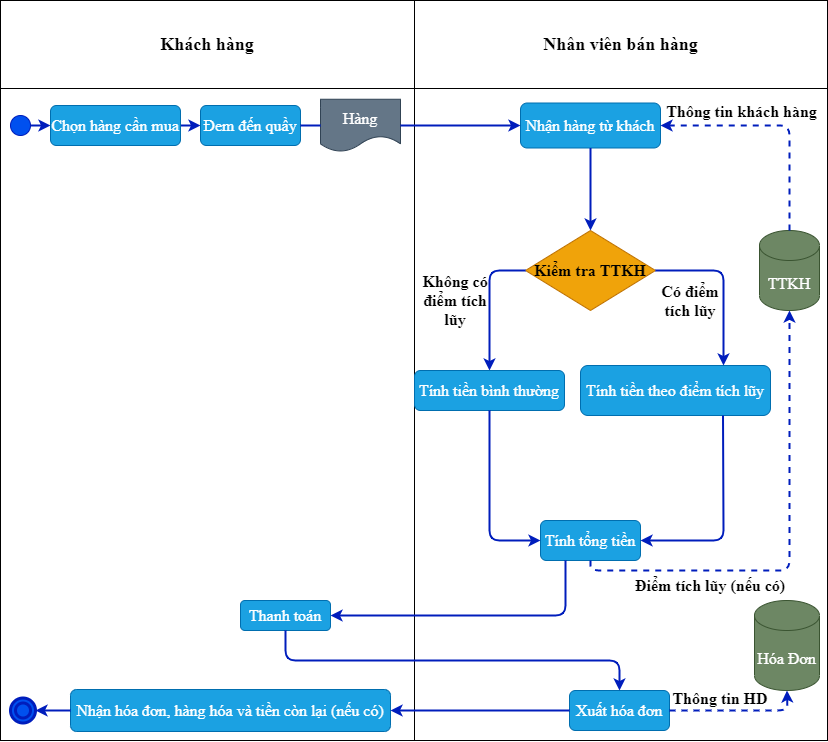
This is banHang.drawio.png from sunny-THS/QlyBanDT, a draw.io export, as it was before one commit. Source tidied: cells renumbered, new cells last; positions are measured from the earlier drawing's top-left corner, leaving out a move shared by most shapes.
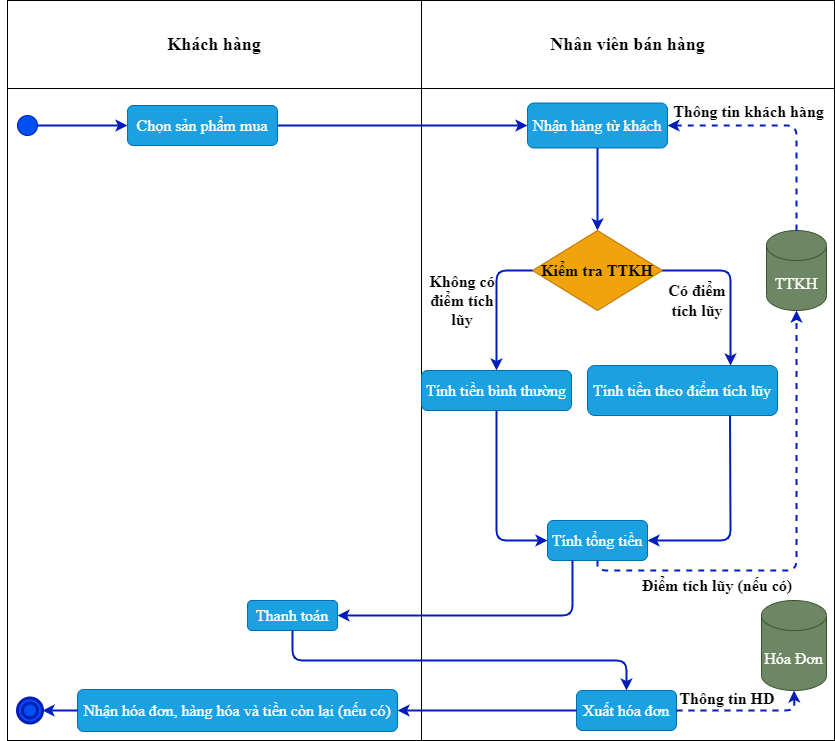
After the commit.

What changed in the source:
```diff
@@ -2,56 +2,71 @@
   <root>
     <mxCell id="0" />
     <mxCell id="1" parent="0" />
-    <mxCell id="2" style="shape=table;startSize=0;" parent="1" vertex="1">
-      <mxGeometry width="827" height="740" as="geometry" />
-    </mxCell>
-    <mxCell id="3" style="shape=partialRectangle;fillColor=none;top=0;left=0;bottom=0;right=0;" parent="2" vertex="1">
-      <mxGeometry width="827" height="88" as="geometry" />
-    </mxCell>
+    <mxCell id="45" style="shape=table;startSize=0;" parent="1" vertex="1">
+      <mxGeometry width="827" height="740" as="geometry" />
+    </mxCell>
+    <mxCell id="46" style="shape=partialRectangle;fillColor=none;top=0;left=0;bottom=0;right=0;" parent="45" vertex="1">
+      <mxGeometry width="827" height="88" as="geometry" />
+    </mxCell>
+    <mxCell id="47" value="Nhân viên&amp;nbsp;" style="shape=partialRectangle;html=1;whiteSpace=wrap;overflow=hidden;fillColor=none;top=0;left=0;bottom=0;right=0;fontStyle=1;fontFamily=Times New Roman;fontSize=18;" parent="46" vertex="1">
+      <mxGeometry width="414" height="88" as="geometry" />
+    </mxCell>
+    <mxCell id="48" value="Khách hàng" style="shape=partialRectangle;html=1;whiteSpace=wrap;overflow=hidden;fillColor=none;top=0;left=0;bottom=0;right=0;fontStyle=1;fontFamily=Times New Roman;fontSize=18;" parent="46" vertex="1">
+      <mxGeometry x="414" width="413" height="88" as="geometry" />
+    </mxCell>
+    <mxCell id="49" style="shape=partialRectangle;fillColor=none;top=0;left=0;bottom=0;right=0;points=[[0,0.5],[1,0.5]];portConstraint=eastwest;" parent="45" vertex="1">
+      <mxGeometry y="88" width="827" height="652" as="geometry" />
+    </mxCell>
+    <mxCell id="50" style="shape=partialRectangle;html=1;whiteSpace=wrap;overflow=hidden;fillColor=none;top=0;left=0;bottom=0;right=0;" parent="49" vertex="1">
+      <mxGeometry width="414" height="652" as="geometry" />
+    </mxCell>
+    <mxCell id="51" style="shape=partialRectangle;html=1;whiteSpace=wrap;overflow=hidden;fillColor=none;top=0;left=0;bottom=0;right=0;" parent="49" vertex="1">
+      <mxGeometry x="414" width="413" height="652" as="geometry" />
+    </mxCell>
+    <mxCell id="52" style="ellipse;whiteSpace=wrap;html=1;fontFamily=Times New Roman;fontSize=18;fillColor=#0050ef;strokeColor=#001DBC;fontColor=#ffffff;" parent="1" vertex="1">
+      <mxGeometry x="10" y="115" width="20" height="20" as="geometry" />
+    </mxCell>
+    <mxCell id="53" style="endArrow=classic;html=1;" parent="1" edge="1" target="49">
+      <mxGeometry relative="1" as="geometry">
+        <mxPoint x="30" y="120" as="sourcePoint" />
+      </mxGeometry>
+    </mxCell>
+    <mxCell id="54" style="shape=table;startSize=0;" parent="1" vertex="1">
+      <mxGeometry width="827" height="740" as="geometry" />
+    </mxCell>
+    <mxCell id="55" style="shape=partialRectangle;fillColor=none;top=0;left=0;bottom=0;right=0;" parent="54" vertex="1">
+      <mxGeometry width="827" height="88" as="geometry" />
+    </mxCell>
-    <mxCell id="4" value="Khách hàng" style="shape=partialRectangle;html=1;whiteSpace=wrap;overflow=hidden;fillColor=none;top=0;left=0;bottom=0;right=0;fontStyle=1;fontFamily=Times New Roman;fontSize=18;" parent="3" vertex="1">
+    <mxCell id="4" value="Khách hàng" style="shape=partialRectangle;html=1;whiteSpace=wrap;overflow=hidden;fillColor=none;top=0;left=0;bottom=0;right=0;fontStyle=1;fontFamily=Times New Roman;fontSize=18;" parent="55" vertex="1">
       <mxGeometry width="414" height="88" as="geometry" />
     </mxCell>
-    <mxCell id="5" value="Nhân viên bán hàng" style="shape=partialRectangle;html=1;whiteSpace=wrap;overflow=hidden;fillColor=none;top=0;left=0;bottom=0;right=0;fontStyle=1;fontFamily=Times New Roman;fontSize=18;" parent="3" vertex="1">
+    <mxCell id="5" value="Nhân viên bán hàng" style="shape=partialRectangle;html=1;whiteSpace=wrap;overflow=hidden;fillColor=none;top=0;left=0;bottom=0;right=0;fontStyle=1;fontFamily=Times New Roman;fontSize=18;" parent="55" vertex="1">
       <mxGeometry x="414" width="413" height="88" as="geometry" />
     </mxCell>
-    <mxCell id="6" style="shape=partialRectangle;fillColor=none;top=0;left=0;bottom=0;right=0;" parent="2" vertex="1">
-      <mxGeometry y="88" width="827" height="652" as="geometry" />
-    </mxCell>
-    <mxCell id="7" style="shape=partialRectangle;html=1;whiteSpace=wrap;overflow=hidden;fillColor=none;top=0;left=0;bottom=0;right=0;" parent="6" vertex="1">
-      <mxGeometry width="414" height="652" as="geometry" />
-    </mxCell>
-    <mxCell id="8" style="shape=partialRectangle;html=1;whiteSpace=wrap;overflow=hidden;fillColor=none;top=0;left=0;bottom=0;right=0;" parent="6" vertex="1">
-      <mxGeometry x="414" width="413" height="652" as="geometry" />
-    </mxCell>
-    <mxCell id="9" style="ellipse;whiteSpace=wrap;html=1;fontFamily=Times New Roman;fontSize=18;fillColor=#0050ef;strokeColor=#001DBC;fontColor=#ffffff;" parent="1" vertex="1">
-      <mxGeometry x="10" y="115" width="20" height="20" as="geometry" />
-    </mxCell>
-    <mxCell id="10" style="endArrow=classic;html=1;fontFamily=Times New Roman;fontSize=18;exitX=1;exitY=0.5;exitDx=0;exitDy=0;fillColor=#0050ef;strokeColor=#001DBC;entryX=0;entryY=0.5;entryDx=0;entryDy=0;strokeWidth=2;" parent="1" edge="1" source="9" target="13">
-      <mxGeometry relative="1" as="geometry" />
-    </mxCell>
-    <mxCell id="11" style="endArrow=classic;html=1;fontFamily=Times New Roman;fontSize=16;exitX=1;exitY=0.5;exitDx=0;exitDy=0;fillColor=#0050ef;strokeColor=#001DBC;entryX=0;entryY=0.5;entryDx=0;entryDy=0;strokeWidth=2;" parent="1" edge="1" target="14">
-      <mxGeometry relative="1" as="geometry">
-        <mxPoint x="180" y="125" as="sourcePoint" />
-      </mxGeometry>
-    </mxCell>
-    <mxCell id="12" value="Hàng" style="shape=document;whiteSpace=wrap;html=1;boundedLbl=1;fontFamily=Times New Roman;fontSize=16;fillColor=#647687;strokeColor=#314354;fontColor=#ffffff;" parent="1" vertex="1">
-      <mxGeometry x="320" y="98.8" width="80" height="52.5" as="geometry" />
-    </mxCell>
-    <mxCell id="13" value="Chọn hàng cần mua" style="rounded=1;whiteSpace=wrap;html=1;fontFamily=Times New Roman;fontSize=16;fillColor=#1ba1e2;strokeColor=#006EAF;fontColor=#ffffff;" parent="1" vertex="1">
-      <mxGeometry x="50" y="105" width="130" height="40" as="geometry" />
-    </mxCell>
-    <mxCell id="14" value="Đem đến quầy" style="rounded=1;whiteSpace=wrap;html=1;fontFamily=Times New Roman;fontSize=16;fillColor=#1ba1e2;strokeColor=#006EAF;fontColor=#ffffff;" parent="1" vertex="1">
-      <mxGeometry x="200" y="105" width="100" height="40" as="geometry" />
-    </mxCell>
-    <mxCell id="15" style="endArrow=none;html=1;fontFamily=Times New Roman;fontSize=16;entryX=1;entryY=0.5;entryDx=0;entryDy=0;exitX=0;exitY=0.5;exitDx=0;exitDy=0;fillColor=#0050ef;strokeColor=#001DBC;strokeWidth=2;" parent="1" edge="1" source="12" target="14">
-      <mxGeometry relative="1" as="geometry" />
-    </mxCell>
+    <mxCell id="56" style="shape=partialRectangle;fillColor=none;top=0;left=0;bottom=0;right=0;" parent="54" vertex="1">
+      <mxGeometry y="88" width="827" height="652" as="geometry" />
+    </mxCell>
+    <mxCell id="57" style="shape=partialRectangle;html=1;whiteSpace=wrap;overflow=hidden;fillColor=none;top=0;left=0;bottom=0;right=0;" parent="56" vertex="1">
+      <mxGeometry width="414" height="652" as="geometry" />
+    </mxCell>
+    <mxCell id="58" style="shape=partialRectangle;html=1;whiteSpace=wrap;overflow=hidden;fillColor=none;top=0;left=0;bottom=0;right=0;" parent="56" vertex="1">
+      <mxGeometry x="414" width="413" height="652" as="geometry" />
+    </mxCell>
+    <mxCell id="59" style="ellipse;whiteSpace=wrap;html=1;fontFamily=Times New Roman;fontSize=18;fillColor=#0050ef;strokeColor=#001DBC;fontColor=#ffffff;" parent="1" vertex="1">
+      <mxGeometry x="10" y="115" width="20" height="20" as="geometry" />
+    </mxCell>
+    <mxCell id="60" style="endArrow=classic;html=1;fontFamily=Times New Roman;fontSize=18;exitX=1;exitY=0.5;exitDx=0;exitDy=0;fillColor=#0050ef;strokeColor=#001DBC;entryX=0;entryY=0.5;entryDx=0;entryDy=0;strokeWidth=2;" parent="1" edge="1" source="59" target="61">
+      <mxGeometry relative="1" as="geometry" />
+    </mxCell>
+    <mxCell id="61" value="Chọn sản phẩm mua" style="rounded=1;whiteSpace=wrap;html=1;fontFamily=Times New Roman;fontSize=16;fillColor=#1ba1e2;strokeColor=#006EAF;fontColor=#ffffff;" parent="1" vertex="1">
+      <mxGeometry x="120" y="105" width="150" height="40" as="geometry" />
+    </mxCell>
     <mxCell id="16" value="Nhận hàng từ khách" style="rounded=1;whiteSpace=wrap;html=1;fontFamily=Times New Roman;fontSize=16;fillColor=#1ba1e2;strokeColor=#006EAF;fontColor=#ffffff;" parent="1" vertex="1">
       <mxGeometry x="520" y="102.5" width="140" height="45" as="geometry" />
     </mxCell>
-    <mxCell id="17" style="endArrow=classic;html=1;fontFamily=Times New Roman;fontSize=16;fillColor=#0050ef;strokeColor=#001DBC;exitX=1;exitY=0.5;exitDx=0;exitDy=0;entryX=0;entryY=0.5;entryDx=0;entryDy=0;strokeWidth=2;" parent="1" edge="1" source="12" target="16">
-      <mxGeometry relative="1" as="geometry" />
-    </mxCell>
+    <mxCell id="62" style="endArrow=classic;html=1;fontFamily=Times New Roman;fontSize=16;fillColor=#0050ef;strokeColor=#001DBC;exitX=1;exitY=0.5;exitDx=0;exitDy=0;entryX=0;entryY=0.5;entryDx=0;entryDy=0;strokeWidth=2;" parent="1" edge="1" source="61" target="16">
+      <mxGeometry relative="1" as="geometry" />
+    </mxCell>
     <mxCell id="18" value="TTKH" style="shape=cylinder3;whiteSpace=wrap;html=1;boundedLbl=1;backgroundOutline=1;size=15;fontFamily=Times New Roman;fontSize=16;fillColor=#6d8764;strokeColor=#3A5431;fontColor=#ffffff;" parent="1" vertex="1">
       <mxGeometry x="759" y="230" width="60" height="80" as="geometry" />
     </mxCell>
@@ -87,14 +102,14 @@
     <mxCell id="26" value="Tính tiền theo điểm tích lũy" style="rounded=1;whiteSpace=wrap;html=1;fontFamily=Times New Roman;fontSize=16;fillColor=#1ba1e2;strokeColor=#006EAF;fontColor=#ffffff;" parent="1" vertex="1">
       <mxGeometry x="580" y="365" width="190" height="50" as="geometry" />
     </mxCell>
-    <mxCell id="27" style="endArrow=classic;html=1;fontFamily=Times New Roman;fontSize=16;strokeWidth=2;fillColor=#0050ef;strokeColor=#001DBC;exitX=1;exitY=0.5;exitDx=0;exitDy=0;" parent="1" edge="1" source="21">
-      <mxGeometry relative="1" as="geometry">
-        <mxPoint x="723" y="365" as="targetPoint" />
-        <Array as="points">
-          <mxPoint x="723" y="270" />
-        </Array>
-      </mxGeometry>
-    </mxCell>
+    <mxCell id="63" style="endArrow=classic;html=1;fontFamily=Times New Roman;fontSize=16;strokeWidth=2;fillColor=#0050ef;strokeColor=#001DBC;exitX=1;exitY=0.5;exitDx=0;exitDy=0;" parent="1" edge="1" source="21">
+      <mxGeometry relative="1" as="geometry">
+        <mxPoint x="723" y="365" as="targetPoint" />
+        <Array as="points">
+          <mxPoint x="723" y="270" />
+        </Array>
+      </mxGeometry>
+    </mxCell>
     <mxCell id="28" value="Có điểm tích lũy" style="text;html=1;strokeColor=none;fillColor=none;align=center;verticalAlign=middle;whiteSpace=wrap;rounded=0;fontFamily=Times New Roman;fontSize=16;fontStyle=1;" parent="1" vertex="1">
       <mxGeometry x="655" y="270" width="70" height="60" as="geometry" />
     </mxCell>
@@ -152,23 +167,23 @@
     <mxCell id="39" value="Thông tin HD" style="text;html=1;strokeColor=none;fillColor=none;align=center;verticalAlign=middle;whiteSpace=wrap;rounded=0;fontFamily=Times New Roman;fontSize=16;fontStyle=1;" parent="1" vertex="1">
       <mxGeometry x="670" y="683" width="100" height="30" as="geometry" />
     </mxCell>
-    <mxCell id="40" style="endArrow=classic;html=1;fontFamily=Times New Roman;fontSize=16;strokeWidth=2;exitX=0.5;exitY=1;exitDx=0;exitDy=0;fillColor=#0050ef;strokeColor=#001DBC;" parent="1" edge="1" source="35">
-      <mxGeometry relative="1" as="geometry">
-        <mxPoint x="619" y="690" as="targetPoint" />
-        <Array as="points">
-          <mxPoint x="285" y="660" />
-          <mxPoint x="619" y="660" />
-        </Array>
-      </mxGeometry>
-    </mxCell>
+    <mxCell id="64" style="endArrow=classic;html=1;fontFamily=Times New Roman;fontSize=16;strokeWidth=2;exitX=0.5;exitY=1;exitDx=0;exitDy=0;fillColor=#0050ef;strokeColor=#001DBC;" parent="1" edge="1" source="35">
+      <mxGeometry relative="1" as="geometry">
+        <mxPoint x="619" y="690" as="targetPoint" />
+        <Array as="points">
+          <mxPoint x="285" y="660" />
+          <mxPoint x="619" y="660" />
+        </Array>
+      </mxGeometry>
+    </mxCell>
     <mxCell id="41" value="Nhận hóa đơn, hàng hóa và tiền còn lại (nếu có)" style="rounded=1;whiteSpace=wrap;html=1;fontFamily=Times New Roman;fontSize=16;fillColor=#1ba1e2;strokeColor=#006EAF;fontColor=#ffffff;" parent="1" vertex="1">
       <mxGeometry x="70" y="689" width="320" height="42" as="geometry" />
     </mxCell>
-    <mxCell id="42" style="endArrow=classic;html=1;fontFamily=Times New Roman;fontSize=18;fillColor=#0050ef;strokeColor=#001DBC;entryX=1;entryY=0.5;entryDx=0;entryDy=0;strokeWidth=2;" parent="1" edge="1" target="44">
-      <mxGeometry relative="1" as="geometry">
-        <mxPoint x="70" y="710" as="sourcePoint" />
-      </mxGeometry>
-    </mxCell>
+    <mxCell id="65" style="endArrow=classic;html=1;fontFamily=Times New Roman;fontSize=18;fillColor=#0050ef;strokeColor=#001DBC;entryX=1;entryY=0.5;entryDx=0;entryDy=0;strokeWidth=2;" parent="1" edge="1" target="44">
+      <mxGeometry relative="1" as="geometry">
+        <mxPoint x="70" y="710" as="sourcePoint" />
+      </mxGeometry>
+    </mxCell>
     <mxCell id="43" style="endArrow=classic;html=1;fontFamily=Times New Roman;fontSize=16;strokeWidth=2;exitX=0;exitY=0.5;exitDx=0;exitDy=0;entryX=1;entryY=0.5;entryDx=0;entryDy=0;fillColor=#0050ef;strokeColor=#001DBC;" parent="1" edge="1" source="37" target="41">
       <mxGeometry relative="1" as="geometry" />
     </mxCell>
```
